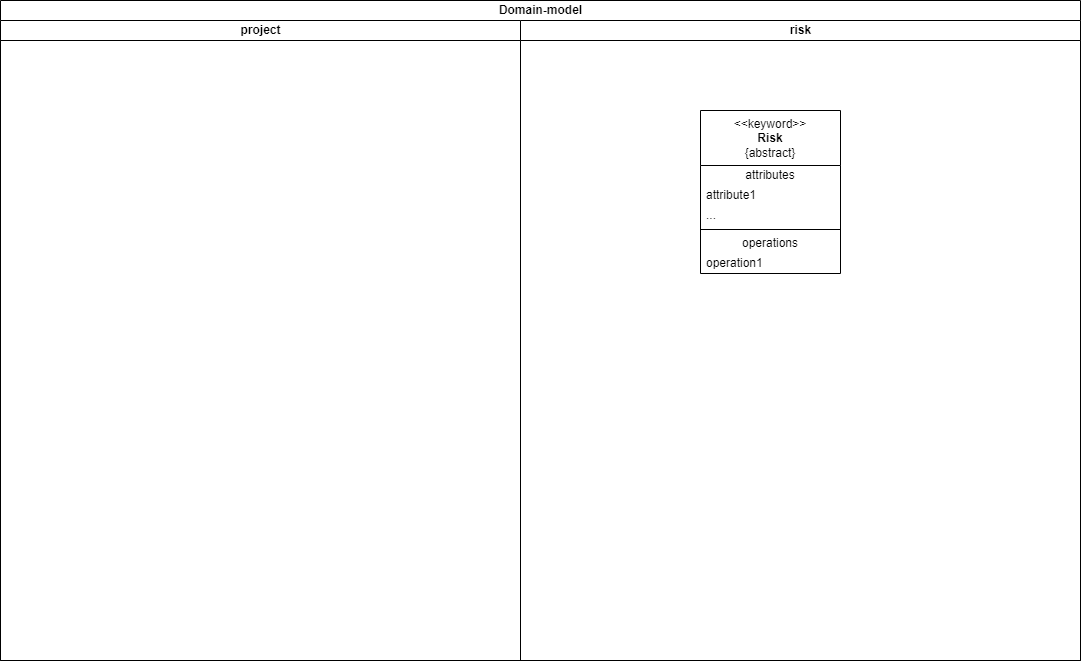
stueberm1/riskmanager keeps this draw.io diagram as documentation/arc-documentation/images/08_concepts/domain-model.drawio.png. Above is the earlier version. Source tidied: cells renumbered, new cells last; positions are measured from the earlier drawing's top-left corner, leaving out a move shared by most shapes.
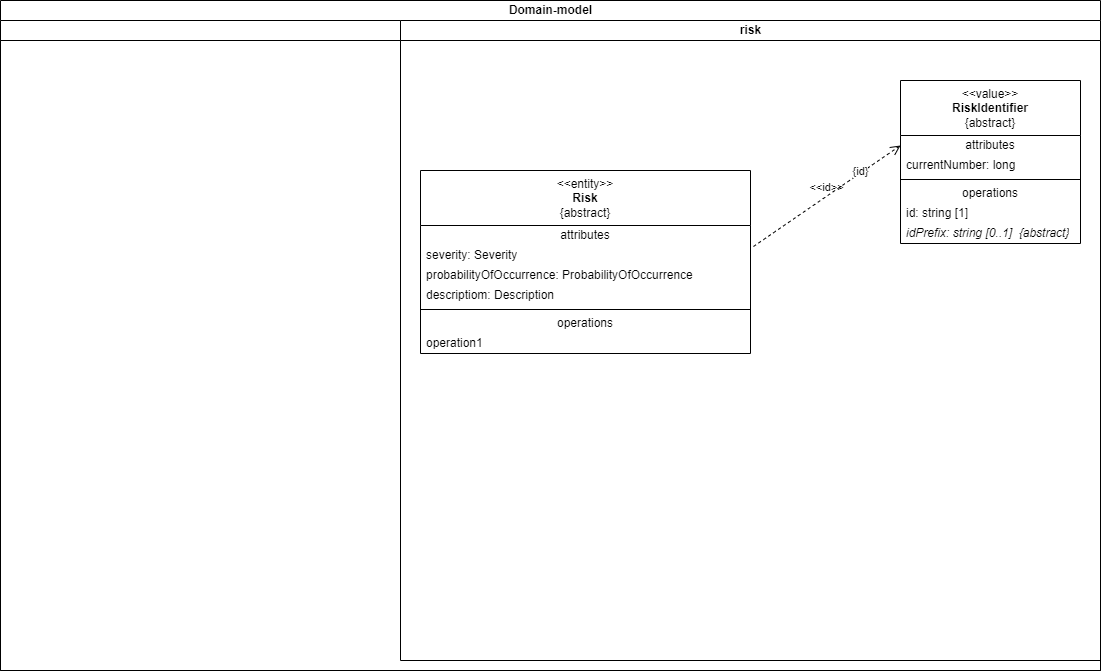
Above is the later version.

Commit message:
4: update the domain-model

The edit, as a diff of the source:
```diff
@@ -3,34 +3,64 @@
     <mxCell id="0" />
     <mxCell id="1" parent="0" />
     <mxCell id="2" value="Domain-model" style="swimlane;startSize=20;html=1;" parent="1" vertex="1">
-      <mxGeometry width="1080" height="660" as="geometry" />
+      <mxGeometry width="1100" height="670" as="geometry" />
     </mxCell>
     <mxCell id="3" value="project" style="swimlane;startSize=20;html=1;" parent="2" vertex="1">
-      <mxGeometry y="20" width="520" height="640" as="geometry" />
+      <mxGeometry y="20" width="1100" height="650" as="geometry" />
     </mxCell>
-    <mxCell id="4" value="risk" style="swimlane;startSize=20;html=1;" parent="2" vertex="1">
-      <mxGeometry x="520" y="20" width="560" height="640" as="geometry" />
+    <mxCell id="4" value="risk" style="swimlane;startSize=20;html=1;" parent="3" vertex="1">
+      <mxGeometry x="400" width="700" height="640" as="geometry" />
     </mxCell>
-    <mxCell id="5" value="&amp;lt;&amp;lt;keyword&amp;gt;&amp;gt;&lt;br&gt;&lt;b&gt;Risk&lt;/b&gt;&lt;br&gt;{abstract}" style="swimlane;fontStyle=0;align=center;verticalAlign=top;horizontal=1;startSize=55;html=1;whiteSpace=wrap;" parent="4" vertex="1">
-      <mxGeometry x="180" y="90" width="140" height="163" as="geometry" />
+    <mxCell id="5" value="&amp;lt;&amp;lt;entity&amp;gt;&amp;gt;&lt;br&gt;&lt;b&gt;Risk&lt;/b&gt;&lt;br&gt;{abstract}" style="swimlane;fontStyle=0;align=center;verticalAlign=top;horizontal=1;startSize=55;html=1;whiteSpace=wrap;" parent="4" vertex="1">
+      <mxGeometry x="20" y="150" width="330" height="183" as="geometry" />
     </mxCell>
     <mxCell id="6" value="attributes" style="text;html=1;strokeColor=none;fillColor=none;align=center;verticalAlign=middle;spacingLeft=4;spacingRight=4;overflow=hidden;whiteSpace=wrap;" parent="5" vertex="1">
-      <mxGeometry y="55" width="140" height="20" as="geometry" />
+      <mxGeometry y="55" width="330" height="20" as="geometry" />
     </mxCell>
-    <mxCell id="7" value="attribute1" style="text;html=1;strokeColor=none;fillColor=none;align=left;verticalAlign=middle;spacingLeft=4;spacingRight=4;overflow=hidden;points=[[0,0.5],[1,0.5]];portConstraint=eastwest;whiteSpace=wrap;" parent="5" vertex="1">
-      <mxGeometry y="75" width="140" height="20" as="geometry" />
+    <mxCell id="7" value="severity: Severity" style="text;html=1;strokeColor=none;fillColor=none;align=left;verticalAlign=middle;spacingLeft=4;spacingRight=4;overflow=hidden;points=[[0,0.5],[1,0.5]];portConstraint=eastwest;whiteSpace=wrap;" parent="5" vertex="1">
+      <mxGeometry y="75" width="330" height="20" as="geometry" />
     </mxCell>
-    <mxCell id="8" value="..." style="text;html=1;strokeColor=none;fillColor=none;align=left;verticalAlign=middle;spacingLeft=4;spacingRight=4;overflow=hidden;whiteSpace=wrap;" parent="5" vertex="1">
-      <mxGeometry y="95" width="140" height="20" as="geometry" />
+    <mxCell id="8" value="probabilityOfOccurrence: ProbabilityOfOccurrence" style="text;html=1;strokeColor=none;fillColor=none;align=left;verticalAlign=middle;spacingLeft=4;spacingRight=4;overflow=hidden;whiteSpace=wrap;" parent="5" vertex="1">
+      <mxGeometry y="95" width="330" height="20" as="geometry" />
     </mxCell>
+    <mxCell id="12" value="descriptiom: Description" style="text;html=1;strokeColor=none;fillColor=none;align=left;verticalAlign=middle;spacingLeft=4;spacingRight=4;overflow=hidden;whiteSpace=wrap;" parent="5" vertex="1">
+      <mxGeometry y="115" width="330" height="20" as="geometry" />
+    </mxCell>
     <mxCell id="9" style="line;strokeWidth=1;fillColor=none;align=left;verticalAlign=middle;spacingTop=-1;spacingLeft=3;spacingRight=3;labelPosition=right;" parent="5" vertex="1">
-      <mxGeometry y="115" width="140" height="8" as="geometry" />
+      <mxGeometry y="135" width="330" height="8" as="geometry" />
     </mxCell>
     <mxCell id="10" value="operations" style="text;html=1;strokeColor=none;fillColor=none;align=center;verticalAlign=middle;spacingLeft=4;spacingRight=4;overflow=hidden;whiteSpace=wrap;" parent="5" vertex="1">
-      <mxGeometry y="123" width="140" height="20" as="geometry" />
+      <mxGeometry y="143" width="330" height="20" as="geometry" />
     </mxCell>
     <mxCell id="11" value="operation1" style="text;html=1;strokeColor=none;fillColor=none;align=left;verticalAlign=middle;spacingLeft=4;spacingRight=4;overflow=hidden;whiteSpace=wrap;" parent="5" vertex="1">
-      <mxGeometry y="143" width="140" height="20" as="geometry" />
+      <mxGeometry y="163" width="330" height="20" as="geometry" />
     </mxCell>
+    <mxCell id="13" value="&amp;lt;&amp;lt;value&amp;gt;&amp;gt;&lt;br&gt;&lt;b&gt;RiskIdentifier&lt;/b&gt;&lt;br&gt;{abstract}" style="swimlane;fontStyle=0;align=center;verticalAlign=top;horizontal=1;startSize=55;html=1;whiteSpace=wrap;" parent="4" vertex="1">
+      <mxGeometry x="500" y="60" width="180" height="163" as="geometry" />
+    </mxCell>
+    <mxCell id="14" value="attributes" style="text;html=1;strokeColor=none;fillColor=none;align=center;verticalAlign=middle;spacingLeft=4;spacingRight=4;overflow=hidden;points=[[0,0.5],[1,0.5]];portConstraint=eastwest;whiteSpace=wrap;" parent="13" vertex="1">
+      <mxGeometry y="55" width="180" height="20" as="geometry" />
+    </mxCell>
+    <mxCell id="15" value="currentNumber: long" style="text;html=1;strokeColor=none;fillColor=none;align=left;verticalAlign=middle;spacingLeft=4;spacingRight=4;overflow=hidden;whiteSpace=wrap;" parent="13" vertex="1">
+      <mxGeometry y="75" width="180" height="20" as="geometry" />
+    </mxCell>
+    <mxCell id="16" style="line;strokeWidth=1;fillColor=none;align=left;verticalAlign=middle;spacingTop=-1;spacingLeft=3;spacingRight=3;labelPosition=right;" parent="13" vertex="1">
+      <mxGeometry y="95" width="180" height="8" as="geometry" />
+    </mxCell>
+    <mxCell id="17" value="operations" style="text;html=1;strokeColor=none;fillColor=none;align=center;verticalAlign=middle;spacingLeft=4;spacingRight=4;overflow=hidden;whiteSpace=wrap;" parent="13" vertex="1">
+      <mxGeometry y="103" width="180" height="20" as="geometry" />
+    </mxCell>
+    <mxCell id="18" value="id: string [1]" style="text;html=1;strokeColor=none;fillColor=none;align=left;verticalAlign=middle;spacingLeft=4;spacingRight=4;overflow=hidden;whiteSpace=wrap;" parent="13" vertex="1">
+      <mxGeometry y="123" width="180" height="20" as="geometry" />
+    </mxCell>
+    <mxCell id="19" value="&lt;i&gt;idPrefix: string [0..1]&amp;nbsp; {abstract}&lt;/i&gt;" style="text;html=1;strokeColor=none;fillColor=none;align=left;verticalAlign=middle;spacingLeft=4;spacingRight=4;overflow=hidden;whiteSpace=wrap;" parent="13" vertex="1">
+      <mxGeometry y="143" width="180" height="20" as="geometry" />
+    </mxCell>
+    <mxCell id="20" value="&amp;lt;&amp;lt;id&amp;gt;&amp;gt;" style="endArrow=open;startArrow=none;endFill=0;startFill=0;endSize=8;html=1;verticalAlign=bottom;dashed=1;labelBackgroundColor=none;rounded=0;exitX=1.009;exitY=0.05;exitDx=0;exitDy=0;exitPerimeter=0;entryX=0;entryY=0.5;entryDx=0;entryDy=0;" parent="4" edge="1" source="7" target="14">
+      <mxGeometry relative="1" as="geometry" />
+    </mxCell>
+    <mxCell id="21" value="{id}" style="edgeLabel;html=1;align=center;verticalAlign=middle;" parent="20" vertex="1">
+      <mxGeometry x="0.47" y="2" relative="1" as="geometry" />
+    </mxCell>
   </root>
 </mxGraphModel>
```
